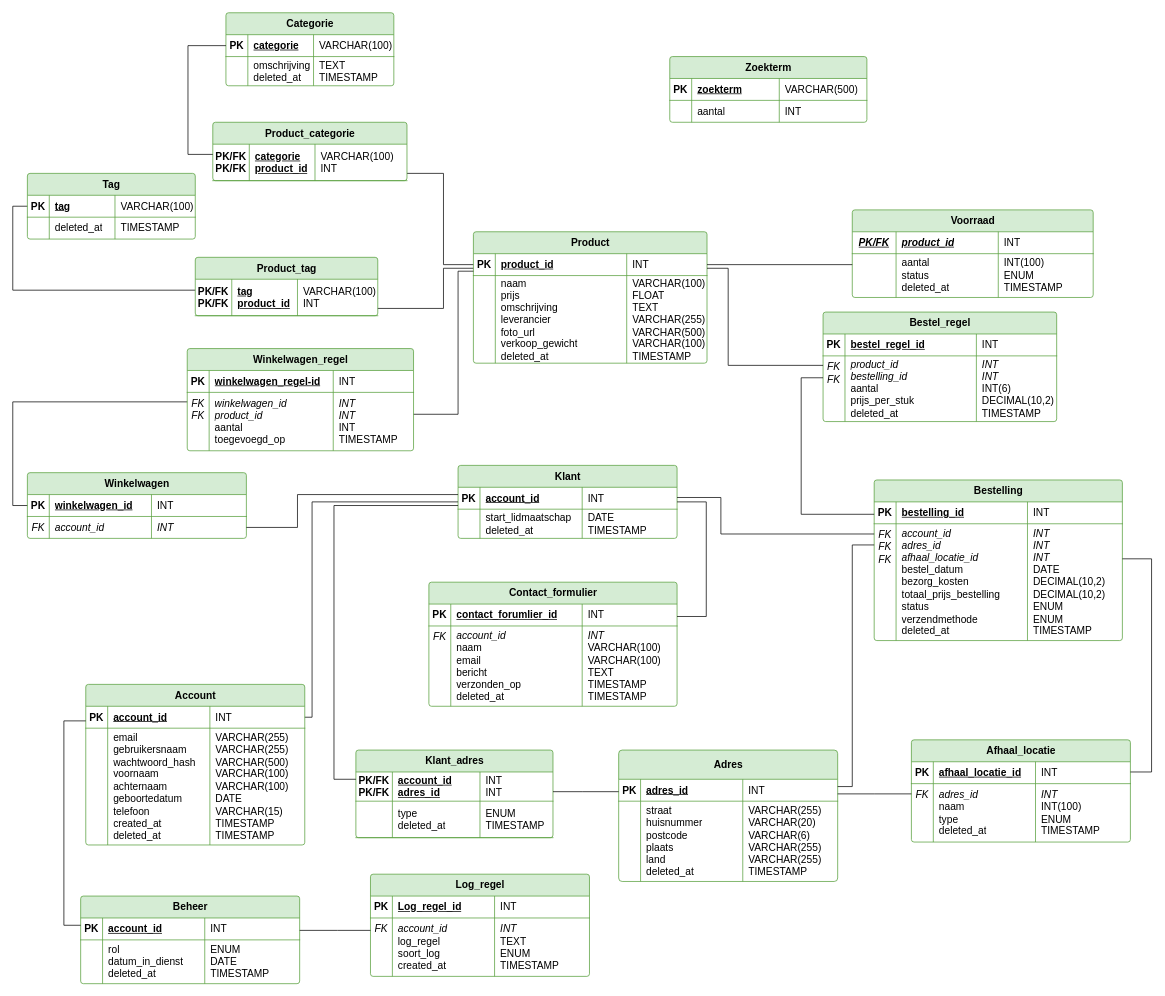
Above: page "Relationeel" (1 of 2) of diagram_bestanden/DB_diagrammen.drawio in renee77/applicatie_useITtoo (draw.io), before the change. Source tidied: cells renumbered, new cells numbered last; positions are measured from the earlier drawing's top-left corner, leaving out a move shared by most shapes. Both pictures are drawn from the tidied source at 73%, with x=0, y=0 at pixel (12, 12).
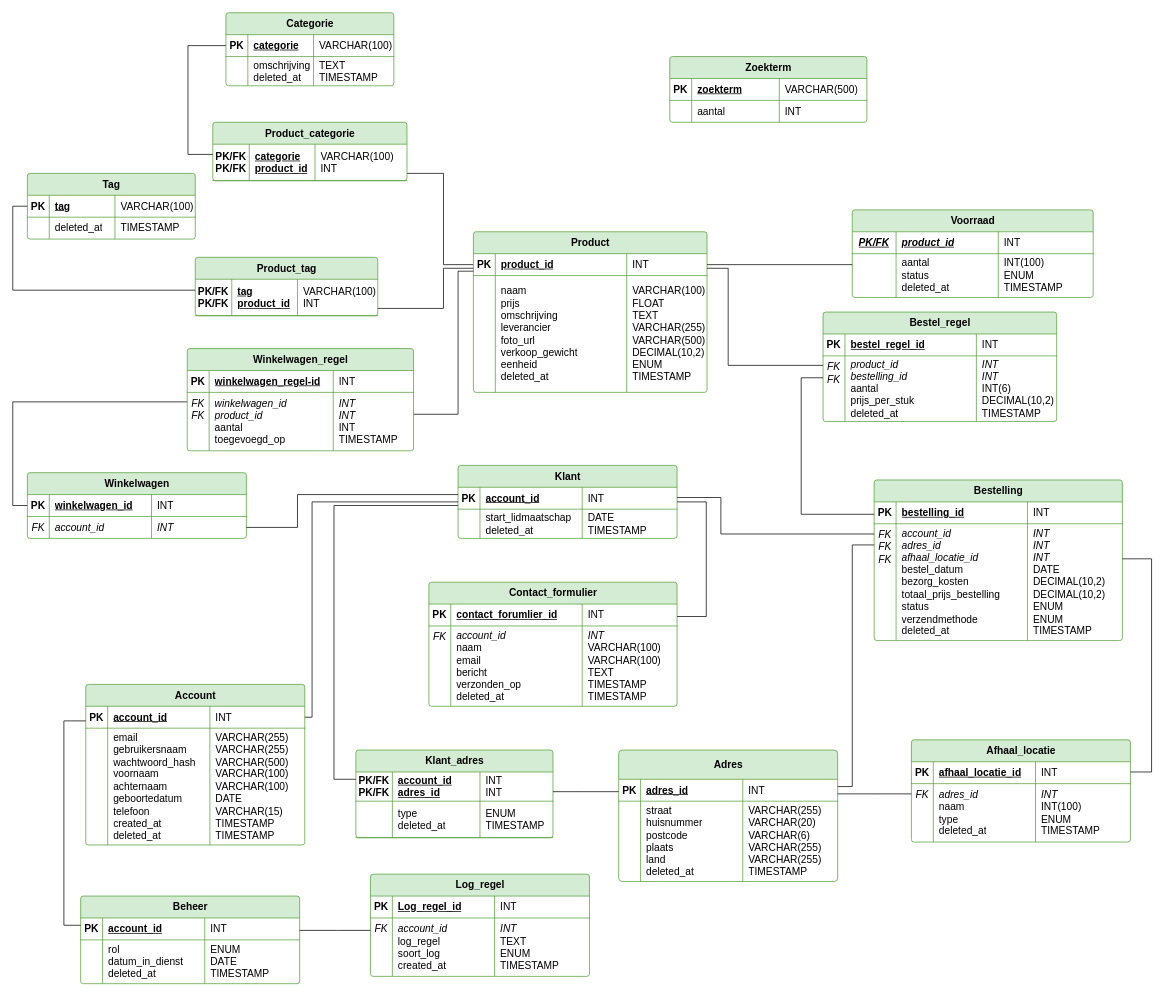
The same diagram, later.

The edit, as a diff of the source:
```diff
@@
     <mxCell id="87" value="Product" style="shape=table;startSize=30;childLayout=tableLayout;rowLines=0;fontStyle=1;align=center;html=1;rounded=1;shadow=0;dashed=0;strokeColor=#549E39;strokeWidth=1;verticalAlign=middle;arcSize=4;fontFamily=Helvetica;fontSize=14;fontColor=default;horizontal=1;fillColor=#D5ECD4;" parent="1" vertex="1">
-      <mxGeometry x="631" y="300" width="320" height="180" as="geometry" />
+      <mxGeometry x="631" y="300" width="320" height="220" as="geometry" />
     </mxCell>
@@
     <mxCell id="92" style="shape=tableRow;horizontal=0;startSize=0;swimlaneHead=0;swimlaneBody=0;fillColor=none;top=0;left=0;right=0;bottom=0;rounded=1;shadow=0;dashed=0;strokeColor=#549E39;strokeWidth=1;align=center;verticalAlign=middle;arcSize=50;fontFamily=Helvetica;fontSize=14;fontColor=default;fontStyle=0;spacing=0;" parent="87" vertex="1">
-      <mxGeometry y="60" width="320" height="120" as="geometry" />
+      <mxGeometry y="60" width="320" height="160" as="geometry" />
     </mxCell>
     <mxCell id="93" style="shape=partialRectangle;fillColor=none;top=0;left=0;bottom=0;right=0;overflow=hidden;whiteSpace=wrap;html=1;rounded=1;shadow=0;dashed=0;strokeColor=#549E39;strokeWidth=1;align=center;verticalAlign=top;arcSize=4;fontFamily=Helvetica;fontSize=14;fontColor=default;fontStyle=0;horizontal=1;" parent="92" vertex="1">
-      <mxGeometry width="30" height="120" as="geometry" />
+      <mxGeometry width="30" height="160" as="geometry" />
     </mxCell>
-    <mxCell id="94" value="&lt;div&gt;naam&lt;div&gt;prijs&lt;/div&gt;&lt;div&gt;omschrijving&lt;/div&gt;&lt;div&gt;leverancier&lt;/div&gt;&lt;div&gt;foto_url&lt;/div&gt;&lt;div&gt;verkoop_gewicht&lt;/div&gt;&lt;/div&gt;&lt;div&gt;deleted_at&lt;/div&gt;" style="shape=partialRectangle;fillColor=none;top=0;left=0;bottom=0;right=0;align=left;spacingLeft=6;overflow=hidden;whiteSpace=wrap;html=1;rounded=1;shadow=0;dashed=0;strokeColor=#549E39;strokeWidth=1;verticalAlign=middle;arcSize=4;fontFamily=Helvetica;fontSize=14;fontColor=default;fontStyle=0;horizontal=1;" parent="92" vertex="1">
-      <mxGeometry x="30" width="180" height="120" as="geometry" />
+    <mxCell id="94" value="&lt;div&gt;naam&lt;div&gt;prijs&lt;/div&gt;&lt;div&gt;omschrijving&lt;/div&gt;&lt;div&gt;leverancier&lt;/div&gt;&lt;div&gt;foto_url&lt;/div&gt;&lt;div&gt;verkoop_gewicht&lt;/div&gt;&lt;/div&gt;&lt;div&gt;eenheid&lt;/div&gt;&lt;div&gt;deleted_at&lt;/div&gt;" style="shape=partialRectangle;fillColor=none;top=0;left=0;bottom=0;right=0;align=left;spacingLeft=6;overflow=hidden;whiteSpace=wrap;html=1;rounded=1;shadow=0;dashed=0;strokeColor=#549E39;strokeWidth=1;verticalAlign=middle;arcSize=4;fontFamily=Helvetica;fontSize=14;fontColor=default;fontStyle=0;horizontal=1;" parent="92" vertex="1">
+      <mxGeometry x="30" width="180" height="160" as="geometry" />
     </mxCell>
-    <mxCell id="95" value="&lt;div&gt;VARCHAR(100)&lt;/div&gt;&lt;div&gt;FLOAT&lt;/div&gt;&lt;div&gt;TEXT&lt;/div&gt;&lt;div&gt;VARCHAR(255)&lt;/div&gt;&lt;div&gt;&lt;span style=&quot;background-color: transparent; color: light-dark(rgb(0, 0, 0), rgb(255, 255, 255));&quot;&gt;VARCHAR(500)&lt;/span&gt;&lt;/div&gt;&lt;div&gt;&lt;span style=&quot;background-color: transparent; color: light-dark(rgb(0, 0, 0), rgb(255, 255, 255));&quot;&gt;VARCHAR(100)&lt;/span&gt;&lt;/div&gt;&lt;div&gt;&lt;span style=&quot;background-color: transparent; color: light-dark(rgb(0, 0, 0), rgb(255, 255, 255));&quot;&gt;TIMESTAMP&lt;/span&gt;&lt;/div&gt;" style="shape=partialRectangle;fillColor=none;top=0;left=0;bottom=0;right=0;align=left;spacingLeft=6;overflow=hidden;whiteSpace=wrap;html=1;rounded=1;shadow=0;dashed=0;strokeColor=#549E39;strokeWidth=1;verticalAlign=middle;arcSize=4;fontFamily=Helvetica;fontSize=14;fontColor=default;fontStyle=0;horizontal=1;" parent="92" vertex="1">
-      <mxGeometry x="210" width="110" height="120" as="geometry" />
+    <mxCell id="95" value="&lt;div&gt;VARCHAR(100)&lt;/div&gt;&lt;div&gt;FLOAT&lt;/div&gt;&lt;div&gt;TEXT&lt;/div&gt;&lt;div&gt;VARCHAR(255)&lt;/div&gt;&lt;div&gt;&lt;span style=&quot;background-color: transparent; color: light-dark(rgb(0, 0, 0), rgb(255, 255, 255));&quot;&gt;VARCHAR(500)&lt;/span&gt;&lt;/div&gt;&lt;div&gt;&lt;span style=&quot;background-color: transparent; color: light-dark(rgb(0, 0, 0), rgb(255, 255, 255));&quot;&gt;DECIMAL(10,2)&lt;/span&gt;&lt;/div&gt;&lt;div&gt;ENUM&lt;/div&gt;&lt;div&gt;&lt;span style=&quot;background-color: transparent; color: light-dark(rgb(0, 0, 0), rgb(255, 255, 255));&quot;&gt;TIMESTAMP&lt;/span&gt;&lt;/div&gt;" style="shape=partialRectangle;fillColor=none;top=0;left=0;bottom=0;right=0;align=left;spacingLeft=6;overflow=hidden;whiteSpace=wrap;html=1;rounded=1;shadow=0;dashed=0;strokeColor=#549E39;strokeWidth=1;verticalAlign=middle;arcSize=4;fontFamily=Helvetica;fontSize=14;fontColor=default;fontStyle=0;horizontal=1;" parent="92" vertex="1">
+      <mxGeometry x="210" width="110" height="160" as="geometry" />
     </mxCell>
```
